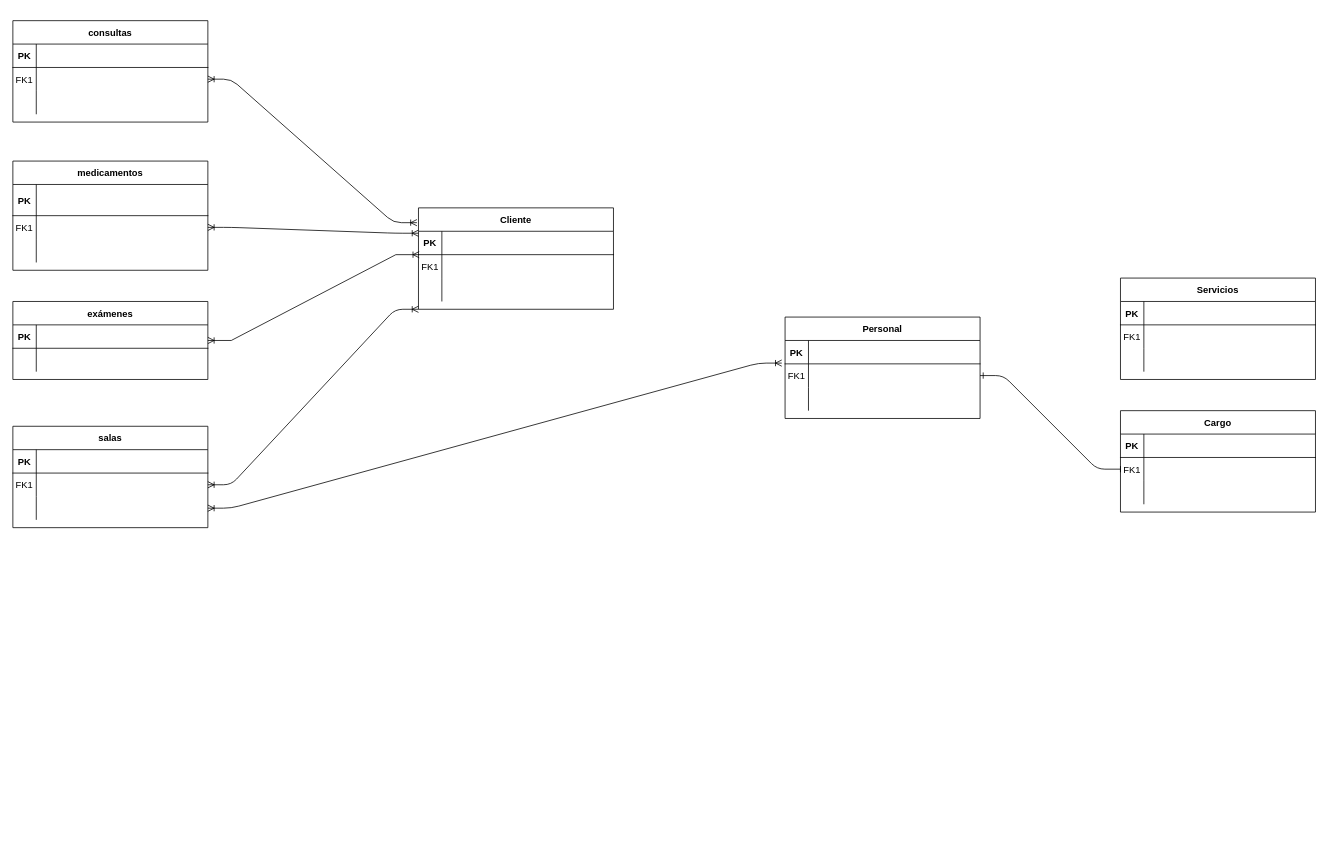
Before: page "Page-1" (1 of 2) of Diagrama sin título.drawio in AlejandroPValencia/Clinica-imperial, a draw.io diagram. Source tidied: cells renumbered, new cells numbered last; positions are measured from the earlier drawing's top-left corner, leaving out a move shared by most shapes. Both pictures are drawn from the tidied source at 78%, with x=0, y=0 at pixel (12, 20).
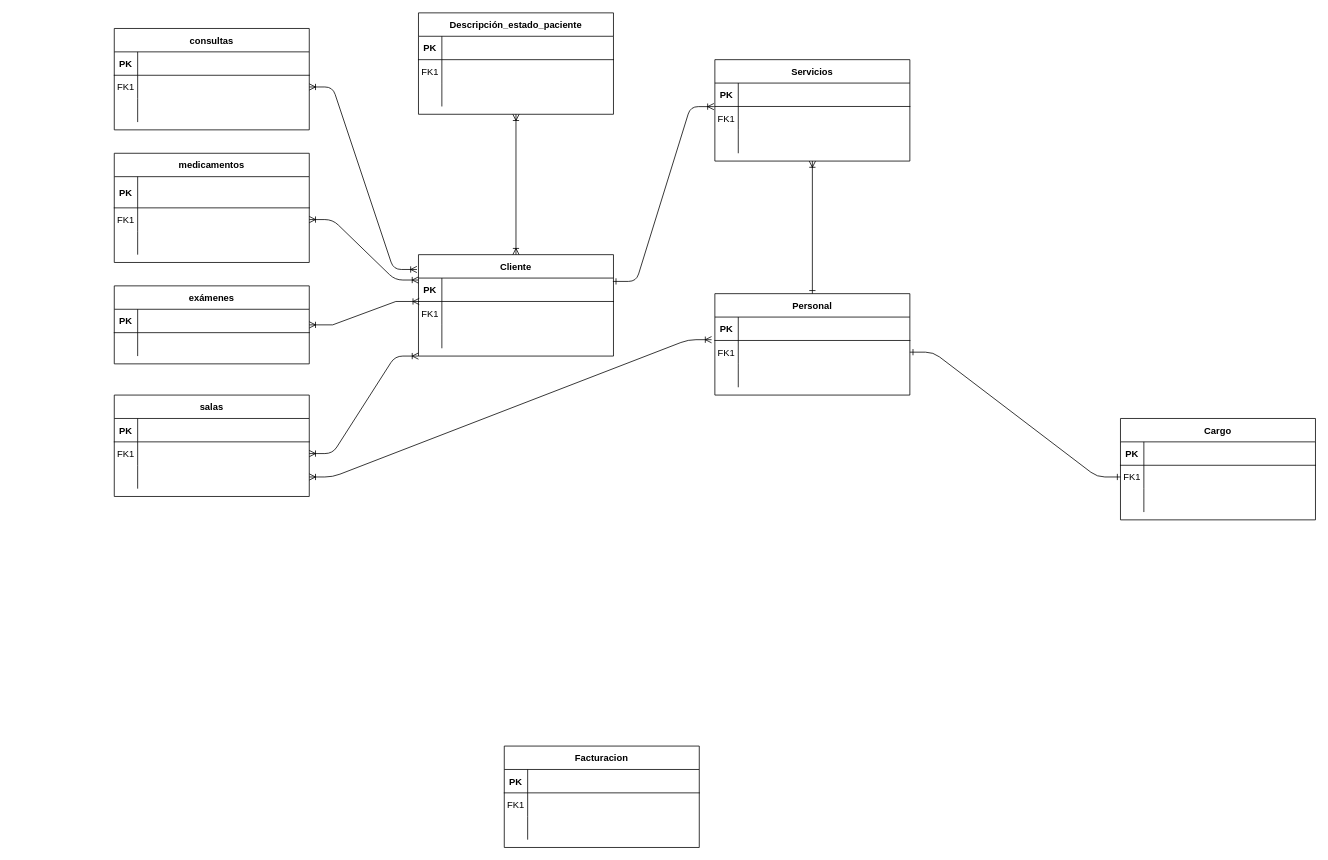
The same page after the edit.

The change refers to these unchanged cells:
```xml
<mxCell id="43" style="shape=partialRectangle;fillColor=none;points=[[0,0.5],[1,0.5]];portConstraint=eastwest;top=0;left=0;right=0;bottom=1;" parent="42" vertex="1">
  <mxGeometry y="30" width="250" height="30" as="geometry" />
</mxCell>
<mxCell id="57" style="shape=partialRectangle;fillColor=none;points=[[0,0.5],[1,0.5]];portConstraint=eastwest;top=0;left=0;right=0;bottom=0;" parent="53" vertex="1">
  <mxGeometry y="60" width="250" height="30" as="geometry" />
</mxCell>
<mxCell id="67" style="shape=partialRectangle;fillColor=none;points=[[0,0.5],[1,0.5]];portConstraint=eastwest;top=0;left=0;right=0;bottom=0;" parent="63" vertex="1">
  <mxGeometry y="60" width="250" height="30" as="geometry" />
</mxCell>
<mxCell id="78" style="shape=partialRectangle;fillColor=none;points=[[0,0.5],[1,0.5]];portConstraint=eastwest;top=0;left=0;right=0;bottom=0;" parent="74" vertex="1">
  <mxGeometry y="60" width="250" height="30" as="geometry" />
</mxCell>
```

The edit, as a diff of the source:
```diff
@@
     <mxCell id="4" value="medicamentos" style="shape=table;startSize=30;childLayout=tableLayout;rowLines=0;fontStyle=1;align=center;" parent="1" vertex="1">
-      <mxGeometry y="180" width="250" height="140" as="geometry" />
+      <mxGeometry x="130" y="170" width="250" height="140" as="geometry" />
     </mxCell>
@@
     <mxCell id="14" value="consultas" style="shape=table;startSize=30;childLayout=tableLayout;rowLines=0;fontStyle=1;align=center;" parent="1" vertex="1">
-      <mxGeometry width="250" height="130" as="geometry" />
+      <mxGeometry x="130" y="10" width="250" height="130" as="geometry" />
     </mxCell>
@@
     <mxCell id="25" value="exámenes" style="shape=table;startSize=30;childLayout=tableLayout;rowLines=0;fontStyle=1;align=center;" parent="1" vertex="1">
-      <mxGeometry y="360" width="250" height="100" as="geometry" />
+      <mxGeometry x="130" y="340" width="250" height="100" as="geometry" />
     </mxCell>
@@
     <mxCell id="32" value="salas" style="shape=table;startSize=30;childLayout=tableLayout;rowLines=0;fontStyle=1;align=center;" parent="1" vertex="1">
-      <mxGeometry y="520" width="250" height="130" as="geometry" />
+      <mxGeometry x="130" y="480" width="250" height="130" as="geometry" />
     </mxCell>
@@
     <mxCell id="42" value="Cliente" style="shape=table;startSize=30;childLayout=tableLayout;rowLines=0;fontStyle=1;align=center;" parent="1" vertex="1">
-      <mxGeometry x="520" y="240" width="250" height="130" as="geometry" />
+      <mxGeometry x="520" y="300" width="250" height="130" as="geometry" />
     </mxCell>
@@
     <mxCell id="53" value="Servicios" style="shape=table;startSize=30;childLayout=tableLayout;rowLines=0;fontStyle=1;align=center;" parent="1" vertex="1">
-      <mxGeometry x="1420" y="330" width="250" height="130" as="geometry" />
+      <mxGeometry x="900" y="50" width="250" height="130" as="geometry" />
     </mxCell>
@@
     <mxCell id="63" value="Personal" style="shape=table;startSize=30;childLayout=tableLayout;rowLines=0;fontStyle=1;align=center;" parent="1" vertex="1">
-      <mxGeometry x="990" y="380" width="250" height="130" as="geometry" />
+      <mxGeometry x="900" y="350" width="250" height="130" as="geometry" />
     </mxCell>
@@
     <mxCell id="74" value="Cargo" style="shape=table;startSize=30;childLayout=tableLayout;rowLines=0;fontStyle=1;align=center;" parent="1" vertex="1">
-      <mxGeometry x="1420" y="500" width="250" height="130" as="geometry" />
+      <mxGeometry x="1420" y="510" width="250" height="130" as="geometry" />
     </mxCell>
@@
-    <mxCell id="84" style="edgeStyle=entityRelationEdgeStyle;endArrow=baseDash;startArrow=ERone;endFill=0;startFill=0;exitX=1;exitY=0.5;exitDx=0;exitDy=0;" parent="1" edge="1" source="67" target="78">
+    <mxCell id="84" style="edgeStyle=entityRelationEdgeStyle;endArrow=ERone;startArrow=ERone;endFill=0;startFill=0;exitX=1;exitY=0.5;exitDx=0;exitDy=0;" parent="1" edge="1" source="67" target="78">
       <mxGeometry relative="1" as="geometry" />
     </mxCell>
+    <mxCell id="85" value="Facturacion" style="shape=table;startSize=30;childLayout=tableLayout;rowLines=0;fontStyle=1;align=center;" parent="1" vertex="1">
+      <mxGeometry x="630" y="930" width="250" height="130" as="geometry" />
+    </mxCell>
+    <mxCell id="86" style="shape=partialRectangle;fillColor=none;top=0;left=0;right=0;bottom=1;" parent="85" vertex="1">
+      <mxGeometry y="30" width="250" height="30" as="geometry" />
+    </mxCell>
+    <mxCell id="87" value="PK" style="shape=partialRectangle;overflow=hidden;fillColor=none;top=0;left=0;bottom=0;right=0;fontStyle=1;" parent="86" vertex="1">
+      <mxGeometry width="30" height="30" as="geometry" />
+    </mxCell>
+    <mxCell id="88" style="shape=partialRectangle;overflow=hidden;fillColor=none;top=0;left=0;bottom=0;right=0;align=left;spacingLeft=6;fontStyle=5;" parent="86" vertex="1">
+      <mxGeometry x="30" width="220" height="30" as="geometry" />
+    </mxCell>
+    <mxCell id="89" style="shape=partialRectangle;fillColor=none;top=0;left=0;right=0;bottom=0;" parent="85" vertex="1">
+      <mxGeometry y="60" width="250" height="30" as="geometry" />
+    </mxCell>
+    <mxCell id="90" value="FK1" style="shape=partialRectangle;overflow=hidden;fillColor=none;top=0;left=0;bottom=0;right=0;" parent="89" vertex="1">
+      <mxGeometry width="30" height="30" as="geometry" />
+    </mxCell>
+    <mxCell id="91" style="shape=partialRectangle;overflow=hidden;fillColor=none;top=0;left=0;bottom=0;right=0;align=left;spacingLeft=6;" parent="89" vertex="1">
+      <mxGeometry x="30" width="220" height="30" as="geometry" />
+    </mxCell>
+    <mxCell id="92" style="shape=partialRectangle;fillColor=none;top=0;left=0;right=0;bottom=0;" parent="85" vertex="1">
+      <mxGeometry y="90" width="250" height="30" as="geometry" />
+    </mxCell>
+    <mxCell id="93" style="shape=partialRectangle;overflow=hidden;fillColor=none;top=0;left=0;bottom=0;right=0;" parent="92" vertex="1">
+      <mxGeometry width="30" height="30" as="geometry" />
+    </mxCell>
+    <mxCell id="94" style="shape=partialRectangle;overflow=hidden;fillColor=none;top=0;left=0;bottom=0;right=0;align=left;spacingLeft=6;" parent="92" vertex="1">
+      <mxGeometry x="30" width="220" height="30" as="geometry" />
+    </mxCell>
+    <mxCell id="95" style="edgeStyle=entityRelationEdgeStyle;endArrow=ERoneToMany;startArrow=ERone;endFill=0;startFill=0;exitX=0.997;exitY=0.143;exitDx=0;exitDy=0;exitPerimeter=0;entryX=-0.005;entryY=0.006;entryDx=0;entryDy=0;entryPerimeter=0;" parent="1" edge="1" source="43" target="57">
+      <mxGeometry relative="1" as="geometry" />
+    </mxCell>
+    <mxCell id="96" style="endArrow=ERoneToMany;startArrow=ERone;endFill=0;startFill=0;exitX=0.5;exitY=0;exitDx=0;exitDy=0;entryX=0.5;entryY=1;entryDx=0;entryDy=0;" parent="1" edge="1" source="63" target="53">
+      <mxGeometry relative="1" as="geometry" />
+    </mxCell>
+    <mxCell id="97" value="Descripción_estado_paciente" style="shape=table;startSize=30;childLayout=tableLayout;rowLines=0;fontStyle=1;align=center;" parent="1" vertex="1">
+      <mxGeometry x="520" y="-10" width="250" height="130" as="geometry" />
+    </mxCell>
+    <mxCell id="98" style="shape=partialRectangle;fillColor=none;top=0;left=0;right=0;bottom=1;" parent="97" vertex="1">
+      <mxGeometry y="30" width="250" height="30" as="geometry" />
+    </mxCell>
+    <mxCell id="99" value="PK" style="shape=partialRectangle;overflow=hidden;fillColor=none;top=0;left=0;bottom=0;right=0;fontStyle=1;" parent="98" vertex="1">
+      <mxGeometry width="30" height="30" as="geometry" />
+    </mxCell>
+    <mxCell id="100" style="shape=partialRectangle;overflow=hidden;fillColor=none;top=0;left=0;bottom=0;right=0;align=left;spacingLeft=6;fontStyle=5;" parent="98" vertex="1">
+      <mxGeometry x="30" width="220" height="30" as="geometry" />
+    </mxCell>
+    <mxCell id="101" style="shape=partialRectangle;fillColor=none;top=0;left=0;right=0;bottom=0;" parent="97" vertex="1">
+      <mxGeometry y="60" width="250" height="30" as="geometry" />
+    </mxCell>
+    <mxCell id="102" value="FK1" style="shape=partialRectangle;overflow=hidden;fillColor=none;top=0;left=0;bottom=0;right=0;" parent="101" vertex="1">
+      <mxGeometry width="30" height="30" as="geometry" />
+    </mxCell>
+    <mxCell id="103" style="shape=partialRectangle;overflow=hidden;fillColor=none;top=0;left=0;bottom=0;right=0;align=left;spacingLeft=6;" parent="101" vertex="1">
+      <mxGeometry x="30" width="220" height="30" as="geometry" />
+    </mxCell>
+    <mxCell id="104" style="shape=partialRectangle;fillColor=none;top=0;left=0;right=0;bottom=0;" parent="97" vertex="1">
+      <mxGeometry y="90" width="250" height="30" as="geometry" />
+    </mxCell>
+    <mxCell id="105" style="shape=partialRectangle;overflow=hidden;fillColor=none;top=0;left=0;bottom=0;right=0;" parent="104" vertex="1">
+      <mxGeometry width="30" height="30" as="geometry" />
+    </mxCell>
+    <mxCell id="106" style="shape=partialRectangle;overflow=hidden;fillColor=none;top=0;left=0;bottom=0;right=0;align=left;spacingLeft=6;" parent="104" vertex="1">
+      <mxGeometry x="30" width="220" height="30" as="geometry" />
+    </mxCell>
+    <mxCell id="107" style="endArrow=ERoneToMany;startArrow=ERoneToMany;endFill=0;startFill=0;exitX=0.5;exitY=0;exitDx=0;exitDy=0;entryX=0.5;entryY=1;entryDx=0;entryDy=0;" parent="1" edge="1" source="42" target="97">
+      <mxGeometry relative="1" as="geometry" />
+    </mxCell>
```
